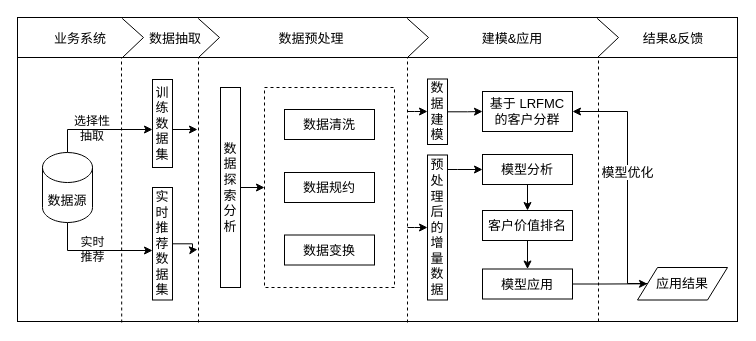
Earlier version of the draw.io diagram 一种基于天气的晾衣机功能推荐系统.drawio (Eurkon/Diagrams). Source tidied: cells renumbered, new cells numbered last; positions are measured from the earlier drawing's top-left corner, leaving out a move shared by most shapes. Both pictures are drawn from the tidied source at 100%, with x=0, y=0 at pixel (17, 17).
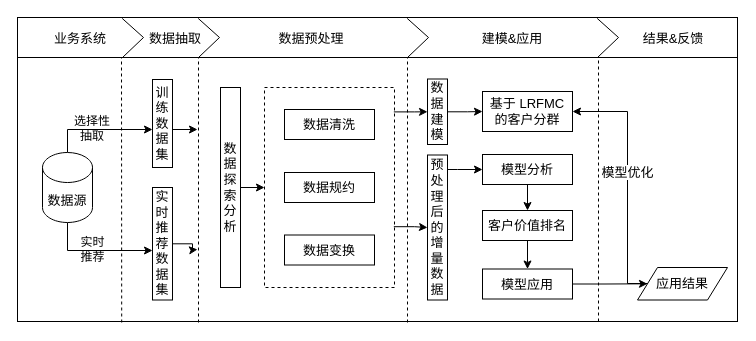
The same diagram, later.

Commit message (it also covers changes not shown here):
更新一种基于天气的晾衣机功能推荐系统.drawio

Unchanged cells that the change refers to:
```xml
<mxCell id="33" style="rounded=0;whiteSpace=wrap;html=1;dashed=1;fontSize=13;" parent="32" vertex="1">
  <mxGeometry width="130" height="200" as="geometry" />
</mxCell>
<mxCell id="40" value="数据建模" style="rounded=0;whiteSpace=wrap;html=1;horizontal=1;fontSize=13;" parent="1" vertex="1">
  <mxGeometry x="410" y="61.5" width="20" height="65.5" as="geometry" />
</mxCell>
<mxCell id="42" value="预处理后的增量数据" style="rounded=0;whiteSpace=wrap;html=1;horizontal=1;fontSize=13;" parent="1" vertex="1">
  <mxGeometry x="410" y="137.5" width="20" height="145" as="geometry" />
</mxCell>
```

What changed in the source:
```diff
@@
-    <mxCell id="45" style="edgeStyle=orthogonalEdgeStyle;rounded=0;jettySize=auto;html=1;" parent="1" edge="1" target="40">
-      <mxGeometry relative="1" as="geometry">
-        <mxPoint x="390" y="94" as="sourcePoint" />
-        <Array as="points">
-          <mxPoint x="397" y="94" />
-          <mxPoint x="397" y="94" />
-        </Array>
-      </mxGeometry>
+    <mxCell id="45" style="edgeStyle=orthogonalEdgeStyle;rounded=0;jettySize=auto;html=1;exitX=0.995;exitY=0.122;exitDx=0;exitDy=0;exitPerimeter=0;" parent="1" edge="1" source="33" target="40">
+      <mxGeometry relative="1" as="geometry" />
     </mxCell>
-    <mxCell id="46" style="edgeStyle=orthogonalEdgeStyle;rounded=0;jettySize=auto;html=1;" parent="1" edge="1" target="42">
-      <mxGeometry relative="1" as="geometry">
-        <mxPoint x="390" y="210" as="sourcePoint" />
-        <Array as="points">
-          <mxPoint x="397" y="210" />
-          <mxPoint x="397" y="210" />
-        </Array>
-      </mxGeometry>
+    <mxCell id="46" style="edgeStyle=orthogonalEdgeStyle;rounded=0;jettySize=auto;html=1;exitX=0.995;exitY=0.696;exitDx=0;exitDy=0;exitPerimeter=0;" parent="1" edge="1" source="33" target="42">
+      <mxGeometry relative="1" as="geometry" />
     </mxCell>
```
